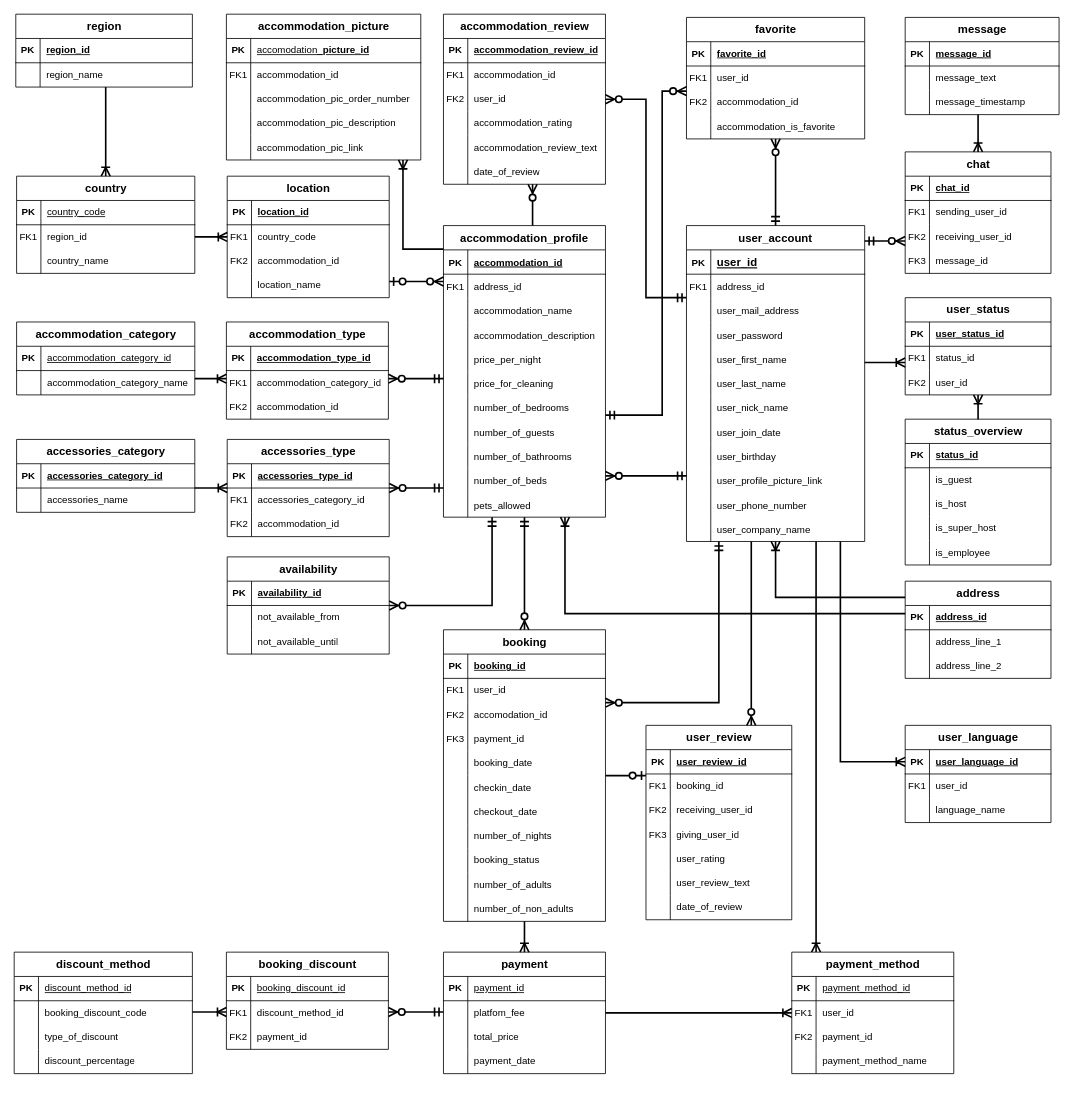
Earlier version of the draw.io diagram Steffbnb.drawio (DaSteff91/SQL_Repo). Source tidied: cells renumbered, new cells numbered last; positions are measured from the earlier drawing's top-left corner, leaving out a move shared by most shapes. Both pictures are drawn from the tidied source at 81%, with x=0, y=0 at pixel (14, 14).
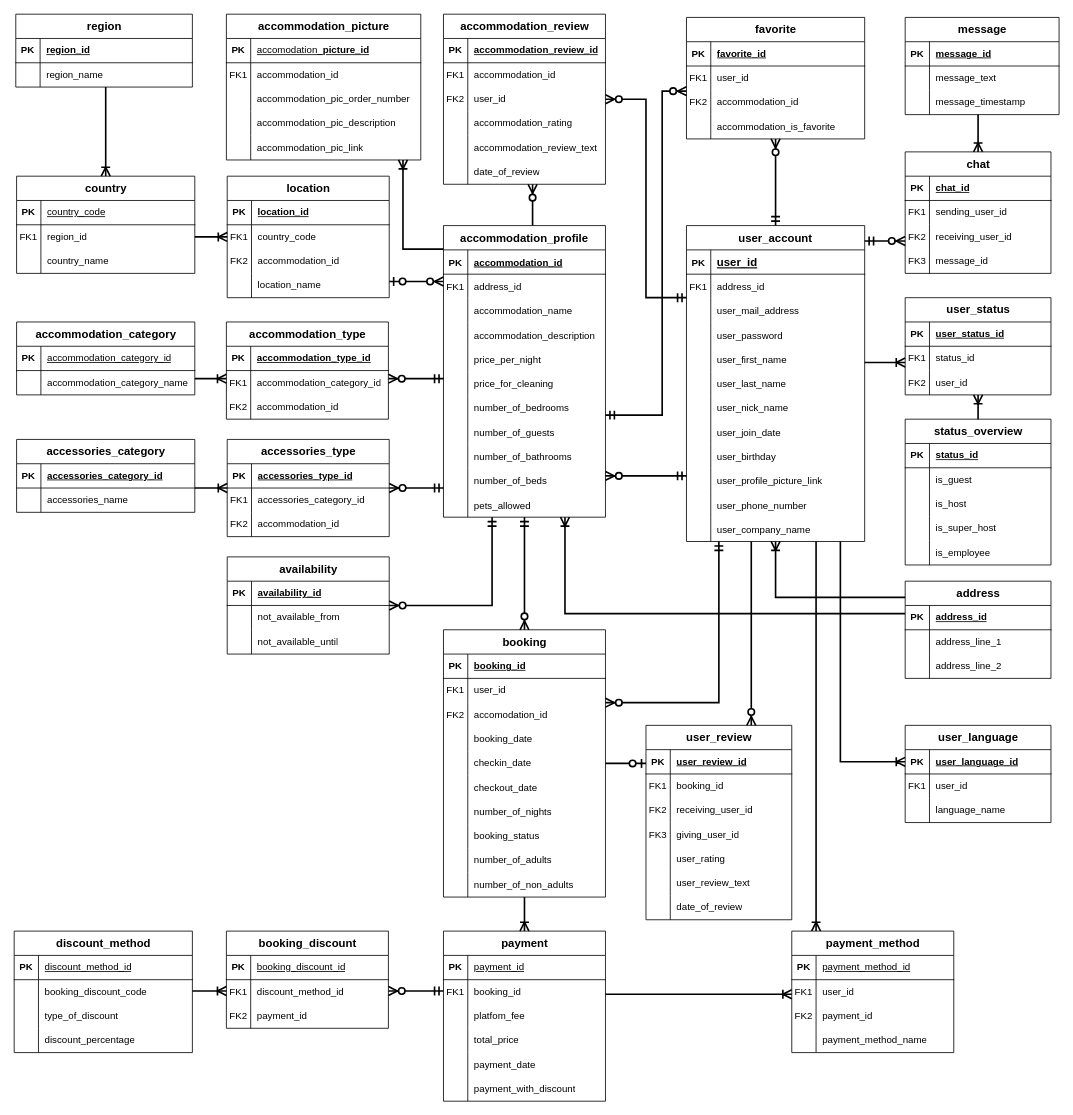
The same page after the edit.

Commit message:
Updated the payment entity and booking - wrong FK implementation. As well adding a new attribute into payment to display if the payment has a discount

Change to the diagram source:
```diff
@@
     <mxCell id="73" value="booking" style="shape=table;startSize=30;childLayout=tableLayout;rowLines=0;fontStyle=1;align=center;html=1;fontSize=14;labelBackgroundColor=none;" parent="1" vertex="1">
-      <mxGeometry x="530" y="760" width="200" height="360" as="geometry" />
+      <mxGeometry x="530" y="760" width="200" height="330" as="geometry" />
     </mxCell>
@@
-    <mxCell id="83" style="shape=tableRow;horizontal=0;startSize=0;swimlaneHead=0;swimlaneBody=0;fillColor=none;top=0;left=0;right=0;bottom=0;labelBackgroundColor=none;" parent="73" vertex="1">
-      <mxGeometry y="120" width="200" height="30" as="geometry" />
-    </mxCell>
-    <mxCell id="84" value="FK3" style="shape=partialRectangle;fillColor=none;top=0;left=0;bottom=0;right=0;overflow=hidden;whiteSpace=wrap;html=1;labelBackgroundColor=none;" parent="83" vertex="1">
-      <mxGeometry width="30" height="30" as="geometry" />
-    </mxCell>
-    <mxCell id="85" value="payment_id" style="shape=partialRectangle;fillColor=none;top=0;left=0;bottom=0;right=0;align=left;spacingLeft=6;overflow=hidden;whiteSpace=wrap;html=1;labelBackgroundColor=none;" parent="83" vertex="1">
-      <mxGeometry x="30" width="170" height="30" as="geometry" />
-    </mxCell>
     <mxCell id="86" style="shape=tableRow;horizontal=0;startSize=0;swimlaneHead=0;swimlaneBody=0;fillColor=none;top=0;left=0;right=0;bottom=0;labelBackgroundColor=none;" parent="73" vertex="1">
-      <mxGeometry y="150" width="200" height="30" as="geometry" />
+      <mxGeometry y="120" width="200" height="30" as="geometry" />
     </mxCell>
@@
     <mxCell id="89" style="shape=tableRow;horizontal=0;startSize=0;swimlaneHead=0;swimlaneBody=0;fillColor=none;top=0;left=0;right=0;bottom=0;labelBackgroundColor=none;" parent="73" vertex="1">
-      <mxGeometry y="180" width="200" height="30" as="geometry" />
+      <mxGeometry y="150" width="200" height="30" as="geometry" />
     </mxCell>
@@
     <mxCell id="92" style="shape=tableRow;horizontal=0;startSize=0;swimlaneHead=0;swimlaneBody=0;fillColor=none;top=0;left=0;right=0;bottom=0;labelBackgroundColor=none;" parent="73" vertex="1">
-      <mxGeometry y="210" width="200" height="30" as="geometry" />
+      <mxGeometry y="180" width="200" height="30" as="geometry" />
     </mxCell>
@@
     <mxCell id="95" style="shape=tableRow;horizontal=0;startSize=0;swimlaneHead=0;swimlaneBody=0;fillColor=none;top=0;left=0;right=0;bottom=0;labelBackgroundColor=none;" parent="73" vertex="1">
-      <mxGeometry y="240" width="200" height="30" as="geometry" />
+      <mxGeometry y="210" width="200" height="30" as="geometry" />
     </mxCell>
@@
     <mxCell id="98" style="shape=tableRow;horizontal=0;startSize=0;swimlaneHead=0;swimlaneBody=0;fillColor=none;top=0;left=0;right=0;bottom=0;labelBackgroundColor=none;" parent="73" vertex="1">
-      <mxGeometry y="270" width="200" height="30" as="geometry" />
+      <mxGeometry y="240" width="200" height="30" as="geometry" />
     </mxCell>
@@
     <mxCell id="101" style="shape=tableRow;horizontal=0;startSize=0;swimlaneHead=0;swimlaneBody=0;fillColor=none;top=0;left=0;right=0;bottom=0;labelBackgroundColor=none;" parent="73" vertex="1">
-      <mxGeometry y="300" width="200" height="30" as="geometry" />
+      <mxGeometry y="270" width="200" height="30" as="geometry" />
     </mxCell>
@@
     <mxCell id="104" style="shape=tableRow;horizontal=0;startSize=0;swimlaneHead=0;swimlaneBody=0;fillColor=none;top=0;left=0;right=0;bottom=0;labelBackgroundColor=none;" parent="73" vertex="1">
-      <mxGeometry y="330" width="200" height="30" as="geometry" />
+      <mxGeometry y="300" width="200" height="30" as="geometry" />
     </mxCell>
@@
     <mxCell id="123" value="booking_discount" style="shape=table;startSize=30;childLayout=tableLayout;rowLines=0;fontStyle=1;align=center;html=1;fontSize=14;labelBackgroundColor=none;" parent="1" vertex="1">
-      <mxGeometry x="262" y="1158" width="200" height="120" as="geometry" />
+      <mxGeometry x="262" y="1132" width="200" height="120" as="geometry" />
     </mxCell>
@@
     <mxCell id="275" value="payment" style="shape=table;startSize=30;childLayout=tableLayout;rowLines=0;fontStyle=1;align=center;html=1;fontSize=14;labelBackgroundColor=none;" parent="1" vertex="1">
-      <mxGeometry x="530" y="1158" width="200" height="150" as="geometry" />
+      <mxGeometry x="530" y="1132" width="200" height="210" as="geometry" />
     </mxCell>
@@
+    <mxCell id="399" style="shape=tableRow;horizontal=0;startSize=0;swimlaneHead=0;swimlaneBody=0;fillColor=none;top=0;left=0;right=0;bottom=0;labelBackgroundColor=none;" parent="275" vertex="1">
+      <mxGeometry y="60" width="200" height="30" as="geometry" />
+    </mxCell>
+    <mxCell id="400" value="FK1" style="shape=partialRectangle;fillColor=none;top=0;left=0;bottom=0;right=0;overflow=hidden;whiteSpace=wrap;html=1;labelBackgroundColor=none;" parent="399" vertex="1">
+      <mxGeometry width="30" height="30" as="geometry" />
+    </mxCell>
+    <mxCell id="401" value="booking_id" style="shape=partialRectangle;fillColor=none;top=0;left=0;bottom=0;right=0;align=left;spacingLeft=6;overflow=hidden;whiteSpace=wrap;html=1;labelBackgroundColor=none;" parent="399" vertex="1">
+      <mxGeometry x="30" width="170" height="30" as="geometry" />
+    </mxCell>
     <mxCell id="279" style="shape=tableRow;horizontal=0;startSize=0;swimlaneHead=0;swimlaneBody=0;fillColor=none;top=0;left=0;right=0;bottom=0;labelBackgroundColor=none;" parent="275" vertex="1">
-      <mxGeometry y="60" width="200" height="30" as="geometry" />
+      <mxGeometry y="90" width="200" height="30" as="geometry" />
     </mxCell>
@@
     <mxCell id="282" style="shape=tableRow;horizontal=0;startSize=0;swimlaneHead=0;swimlaneBody=0;fillColor=none;top=0;left=0;right=0;bottom=0;labelBackgroundColor=none;" parent="275" vertex="1">
-      <mxGeometry y="90" width="200" height="30" as="geometry" />
+      <mxGeometry y="120" width="200" height="30" as="geometry" />
     </mxCell>
@@
     <mxCell id="285" style="shape=tableRow;horizontal=0;startSize=0;swimlaneHead=0;swimlaneBody=0;fillColor=none;top=0;left=0;right=0;bottom=0;labelBackgroundColor=none;" parent="275" vertex="1">
-      <mxGeometry y="120" width="200" height="30" as="geometry" />
+      <mxGeometry y="150" width="200" height="30" as="geometry" />
     </mxCell>
@@
+    <mxCell id="402" style="shape=tableRow;horizontal=0;startSize=0;swimlaneHead=0;swimlaneBody=0;fillColor=none;top=0;left=0;right=0;bottom=0;labelBackgroundColor=none;" parent="275" vertex="1">
+      <mxGeometry y="180" width="200" height="30" as="geometry" />
+    </mxCell>
+    <mxCell id="403" style="shape=partialRectangle;fillColor=none;top=0;left=0;bottom=0;right=0;overflow=hidden;whiteSpace=wrap;html=1;labelBackgroundColor=none;" parent="402" vertex="1">
+      <mxGeometry width="30" height="30" as="geometry" />
+    </mxCell>
+    <mxCell id="404" value="payment_with_discount" style="shape=partialRectangle;fillColor=none;top=0;left=0;bottom=0;right=0;align=left;spacingLeft=6;overflow=hidden;whiteSpace=wrap;html=1;labelBackgroundColor=none;" parent="402" vertex="1">
+      <mxGeometry x="30" width="170" height="30" as="geometry" />
+    </mxCell>
     <mxCell id="288" value="discount_method" style="shape=table;startSize=30;childLayout=tableLayout;rowLines=0;fontStyle=1;align=center;html=1;fontSize=14;labelBackgroundColor=none;" parent="1" vertex="1">
-      <mxGeometry y="1158" width="220" height="150" as="geometry" />
+      <mxGeometry y="1132" width="220" height="150" as="geometry" />
     </mxCell>
@@
     <mxCell id="302" style="edgeStyle=orthogonalEdgeStyle;fontSize=12;html=1;endArrow=ERoneToMany;rounded=0;startSize=8;endSize=8;strokeWidth=2;labelBackgroundColor=none;fontColor=default;" parent="1" edge="1" source="275" target="386">
-      <mxGeometry relative="1" as="geometry" />
+      <mxGeometry relative="1" as="geometry">
+        <Array as="points">
+          <mxPoint x="910" y="1210" />
+          <mxPoint x="910" y="1210" />
+        </Array>
+      </mxGeometry>
     </mxCell>
     <mxCell id="303" style="edgeStyle=orthogonalEdgeStyle;fontSize=12;html=1;endArrow=ERoneToMany;rounded=0;startSize=8;endSize=8;strokeWidth=2;labelBackgroundColor=none;fontColor=default;" parent="1" edge="1">
       <mxGeometry relative="1" as="geometry">
-        <mxPoint x="220" y="1231.9" as="sourcePoint" />
-        <mxPoint x="262" y="1231.9" as="targetPoint" />
+        <mxPoint x="220" y="1205.9" as="sourcePoint" />
+        <mxPoint x="262" y="1205.9" as="targetPoint" />
         <Array as="points">
-          <mxPoint x="240" y="1232" />
-          <mxPoint x="240" y="1232" />
+          <mxPoint x="240" y="1206" />
+          <mxPoint x="240" y="1206" />
         </Array>
       </mxGeometry>
     </mxCell>
@@
     <mxCell id="319" style="edgeStyle=orthogonalEdgeStyle;fontSize=12;html=1;endArrow=ERzeroToMany;startArrow=ERmandOne;rounded=0;strokeWidth=2;align=center;verticalAlign=middle;fontFamily=Helvetica;fontColor=default;labelBackgroundColor=none;startSize=8;endSize=8;" parent="1" edge="1">
       <mxGeometry relative="1" as="geometry">
-        <mxPoint x="530" y="1231.9" as="sourcePoint" />
-        <mxPoint x="462" y="1231.9" as="targetPoint" />
+        <mxPoint x="530" y="1205.9" as="sourcePoint" />
+        <mxPoint x="462" y="1205.9" as="targetPoint" />
         <Array as="points">
-          <mxPoint x="520" y="1232" />
-          <mxPoint x="520" y="1232" />
+          <mxPoint x="520" y="1206" />
+          <mxPoint x="520" y="1206" />
         </Array>
       </mxGeometry>
     </mxCell>
@@
     <mxCell id="386" value="payment_method" style="shape=table;startSize=30;childLayout=tableLayout;rowLines=0;fontStyle=1;align=center;html=1;fontSize=14;labelBackgroundColor=none;" parent="1" vertex="1">
-      <mxGeometry x="960" y="1158" width="200" height="150" as="geometry" />
+      <mxGeometry x="960" y="1132" width="200" height="150" as="geometry" />
     </mxCell>
```
